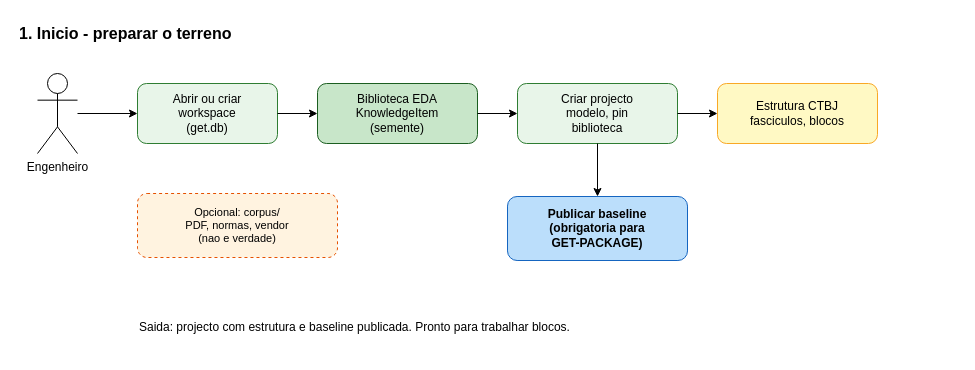
Above: page "01 Inicio" (2 of 6) of docs/diagrams/GET_METHOD_ALL_SHEETS.drawio in mastercorisco/GET (draw.io), before the change. Source tidied: cells renumbered, new cells numbered last; positions are measured from the earlier drawing's top-left corner, leaving out a move shared by most shapes. Both pictures are drawn from the tidied source at 100%, with x=0, y=0 at pixel (17, 17).
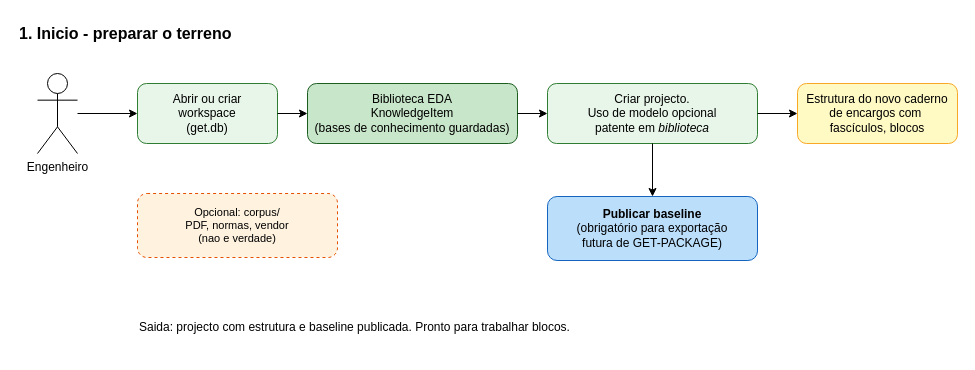
After the change.

Diff of the diagram source:
```diff
@@
 <mxGraphModel>
   <root>
     <mxCell id="0" />
     <mxCell id="1" parent="0" />
     <mxCell id="2" value="1. Inicio - preparar o terreno" style="text;html=1;fontSize=16;fontStyle=1;" parent="1" vertex="1">
       <mxGeometry width="400" height="32" as="geometry" />
     </mxCell>
     <mxCell id="3" value="Engenheiro" style="shape=umlActor;verticalLabelPosition=bottom;verticalAlign=top;html=1;outlineConnect=0;" parent="1" vertex="1">
       <mxGeometry x="20" y="56" width="40" height="80" as="geometry" />
     </mxCell>
     <mxCell id="4" value="Abrir ou criar&#10;workspace&#10;(get.db)" style="rounded=1;whiteSpace=wrap;html=1;fillColor=#e8f5e9;strokeColor=#2e7d32;" parent="1" vertex="1">
       <mxGeometry x="120" y="66" width="140" height="60" as="geometry" />
     </mxCell>
-    <mxCell id="5" value="Biblioteca EDA&#10;KnowledgeItem&#10;(semente)" style="rounded=1;whiteSpace=wrap;html=1;fillColor=#c8e6c9;strokeColor=#1b5e20;" parent="1" vertex="1">
-      <mxGeometry x="300" y="66" width="160" height="60" as="geometry" />
+    <mxCell id="5" value="Biblioteca EDA&lt;br&gt;KnowledgeItem&lt;br&gt;(bases de conhecimento guardadas)" style="rounded=1;whiteSpace=wrap;html=1;fillColor=#c8e6c9;strokeColor=#1b5e20;" parent="1" vertex="1">
+      <mxGeometry x="290" y="66" width="210" height="60" as="geometry" />
     </mxCell>
-    <mxCell id="6" value="Criar projecto&#10;modelo, pin&#10;biblioteca" style="rounded=1;whiteSpace=wrap;html=1;fillColor=#e8f5e9;strokeColor=#2e7d32;" parent="1" vertex="1">
-      <mxGeometry x="500" y="66" width="160" height="60" as="geometry" />
+    <mxCell id="6" value="Criar projecto.&lt;br&gt;Uso de&amp;nbsp;modelo opcional&lt;br&gt;patente em &lt;i&gt;biblioteca&lt;/i&gt;" style="rounded=1;whiteSpace=wrap;html=1;fillColor=#e8f5e9;strokeColor=#2e7d32;" parent="1" vertex="1">
+      <mxGeometry x="530" y="66" width="210" height="60" as="geometry" />
     </mxCell>
-    <mxCell id="7" value="Estrutura CTBJ&#10;fasciculos, blocos" style="rounded=1;whiteSpace=wrap;html=1;fillColor=#fff9c4;strokeColor=#f9a825;" parent="1" vertex="1">
-      <mxGeometry x="700" y="66" width="160" height="60" as="geometry" />
+    <mxCell id="7" value="Estrutura do novo caderno de encargos com&amp;nbsp;&lt;br&gt;fascículos, blocos" style="rounded=1;whiteSpace=wrap;html=1;fillColor=#fff9c4;strokeColor=#f9a825;" parent="1" vertex="1">
+      <mxGeometry x="780" y="66" width="160" height="60" as="geometry" />
     </mxCell>
-    <mxCell id="8" value="Publicar baseline&#10;(obrigatoria para&#10;GET-PACKAGE)" style="rounded=1;whiteSpace=wrap;html=1;fillColor=#bbdefb;strokeColor=#1565c0;fontStyle=1;" parent="1" vertex="1">
-      <mxGeometry x="490" y="179" width="180" height="64" as="geometry" />
+    <mxCell id="8" value="Publicar baseline&lt;br&gt;&lt;span style=&quot;font-weight: normal;&quot;&gt;(obrigatório para exportação &lt;br&gt;futura de&amp;nbsp;GET-PACKAGE)&lt;/span&gt;" style="rounded=1;whiteSpace=wrap;html=1;fillColor=#bbdefb;strokeColor=#1565c0;fontStyle=1;" parent="1" vertex="1">
+      <mxGeometry x="530" y="179" width="210" height="64" as="geometry" />
     </mxCell>
     <mxCell id="9" value="Opcional: corpus/&#10;PDF, normas, vendor&#10;(nao e verdade)" style="rounded=1;whiteSpace=wrap;html=1;fillColor=#fff3e0;strokeColor=#e65100;dashed=1;fontSize=11;" parent="1" vertex="1">
       <mxGeometry x="120" y="176" width="200" height="64" as="geometry" />
     </mxCell>
     <mxCell id="10" style="endArrow=classic;html=1;" parent="1" edge="1" source="3" target="4">
       <mxGeometry relative="1" as="geometry" />
     </mxCell>
     <mxCell id="11" style="endArrow=classic;html=1;" parent="1" edge="1" source="4" target="5">
       <mxGeometry relative="1" as="geometry" />
     </mxCell>
     <mxCell id="12" style="endArrow=classic;html=1;" parent="1" edge="1" source="5" target="6">
       <mxGeometry relative="1" as="geometry" />
     </mxCell>
     <mxCell id="13" style="endArrow=classic;html=1;" parent="1" edge="1" source="6" target="7">
       <mxGeometry relative="1" as="geometry" />
     </mxCell>
     <mxCell id="14" style="endArrow=classic;html=1;" parent="1" edge="1" source="6" target="8">
       <mxGeometry relative="1" as="geometry" />
     </mxCell>
     <mxCell id="15" value="Saida: projecto com estrutura e baseline publicada. Pronto para trabalhar blocos." style="text;html=1;align=left;fontSize=12;" parent="1" vertex="1">
       <mxGeometry x="120" y="296" width="720" height="40" as="geometry" />
     </mxCell>
   </root>
 </mxGraphModel>
```
